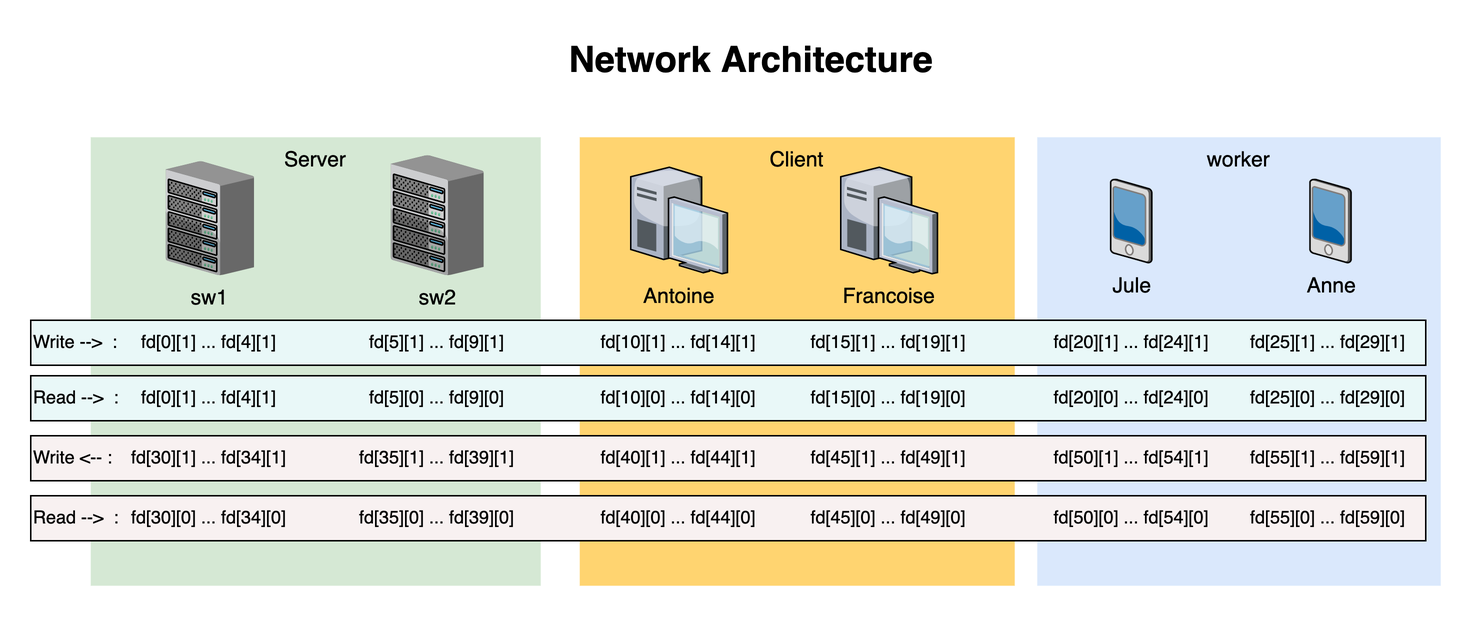
This is tableOfComunication.png from nicolasmtnt/Unix-Process-Undergraduate-Project, a draw.io export, as it was before one commit. Source tidied: cells renumbered, new cells last; positions are measured from the earlier drawing's top-left corner, leaving out a move shared by most shapes.
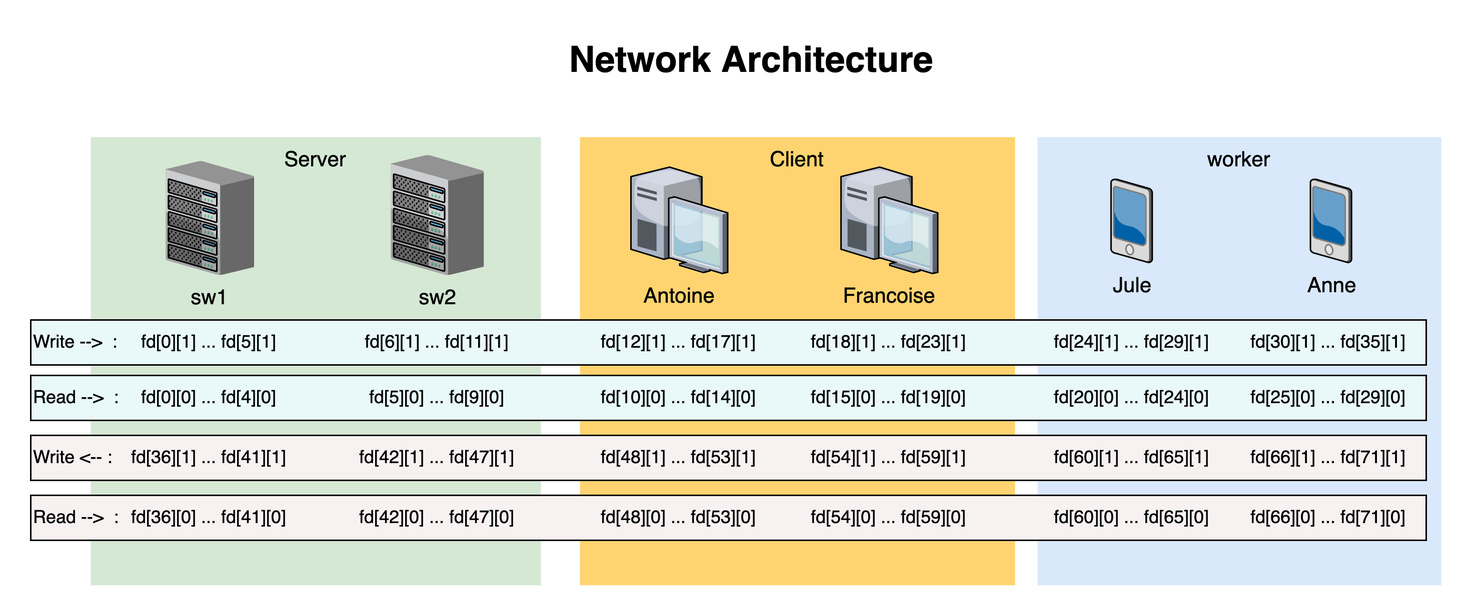
The same diagram one commit later.

Change to the diagram source:
```diff
@@ -35,22 +35,22 @@
     <mxCell id="12" value="Write --&amp;gt;&amp;nbsp; :" style="rounded=0;whiteSpace=wrap;html=1;align=left;fontFamily=Helvetica;fillColor=#E9F8F8;strokeColor=#000000;" parent="1" vertex="1">
       <mxGeometry y="193" width="930" height="30" as="geometry" />
     </mxCell>
-    <mxCell id="13" value="fd[0][1] ... fd[4][1]" style="text;html=1;strokeColor=none;fillColor=none;align=center;verticalAlign=middle;whiteSpace=wrap;rounded=0;fontFamily=Helvetica;" parent="1" vertex="1">
+    <mxCell id="13" value="fd[0][1] ... fd[5][1]" style="text;html=1;strokeColor=none;fillColor=none;align=center;verticalAlign=middle;whiteSpace=wrap;rounded=0;fontFamily=Helvetica;" parent="1" vertex="1">
       <mxGeometry x="64.4" y="193" width="110" height="30" as="geometry" />
     </mxCell>
-    <mxCell id="14" value="fd[5][1] ... fd[9][1]" style="text;html=1;strokeColor=none;fillColor=none;align=center;verticalAlign=middle;whiteSpace=wrap;rounded=0;fontFamily=Helvetica;" parent="1" vertex="1">
+    <mxCell id="14" value="fd[6][1] ... fd[11][1]" style="text;html=1;strokeColor=none;fillColor=none;align=center;verticalAlign=middle;whiteSpace=wrap;rounded=0;fontFamily=Helvetica;" parent="1" vertex="1">
       <mxGeometry x="216" y="193" width="110" height="30" as="geometry" />
     </mxCell>
-    <mxCell id="15" value="fd[10][1] ... fd[14][1]" style="text;html=1;strokeColor=none;fillColor=none;align=center;verticalAlign=middle;whiteSpace=wrap;rounded=0;fontFamily=Helvetica;" parent="1" vertex="1">
+    <mxCell id="15" value="fd[12][1] ... fd[17][1]" style="text;html=1;strokeColor=none;fillColor=none;align=center;verticalAlign=middle;whiteSpace=wrap;rounded=0;fontFamily=Helvetica;" parent="1" vertex="1">
       <mxGeometry x="377.2" y="193" width="110" height="30" as="geometry" />
     </mxCell>
-    <mxCell id="16" value="fd[15][1] ... fd[19][1]" style="text;html=1;strokeColor=none;fillColor=none;align=center;verticalAlign=middle;whiteSpace=wrap;rounded=0;fontFamily=Helvetica;" parent="1" vertex="1">
+    <mxCell id="16" value="fd[18][1] ... fd[23][1]" style="text;html=1;strokeColor=none;fillColor=none;align=center;verticalAlign=middle;whiteSpace=wrap;rounded=0;fontFamily=Helvetica;" parent="1" vertex="1">
       <mxGeometry x="517.2" y="193" width="110" height="30" as="geometry" />
     </mxCell>
-    <mxCell id="17" value="fd[20][1] ... fd[24][1]" style="text;html=1;strokeColor=none;fillColor=none;align=center;verticalAlign=middle;whiteSpace=wrap;rounded=0;fontFamily=Helvetica;" parent="1" vertex="1">
+    <mxCell id="17" value="fd[24][1] ... fd[29][1]" style="text;html=1;strokeColor=none;fillColor=none;align=center;verticalAlign=middle;whiteSpace=wrap;rounded=0;fontFamily=Helvetica;" parent="1" vertex="1">
       <mxGeometry x="678.7" y="193" width="110" height="30" as="geometry" />
     </mxCell>
-    <mxCell id="18" value="fd[25][1] ... fd[29][1]" style="text;html=1;strokeColor=none;fillColor=none;align=center;verticalAlign=middle;whiteSpace=wrap;rounded=0;fontFamily=Helvetica;" parent="1" vertex="1">
+    <mxCell id="18" value="fd[30][1] ... fd[35][1]" style="text;html=1;strokeColor=none;fillColor=none;align=center;verticalAlign=middle;whiteSpace=wrap;rounded=0;fontFamily=Helvetica;" parent="1" vertex="1">
       <mxGeometry x="810" y="193" width="110" height="30" as="geometry" />
     </mxCell>
     <mxCell id="19" value="Read --&amp;gt;&amp;nbsp; :" style="rounded=0;whiteSpace=wrap;html=1;align=left;fontFamily=Helvetica;fillColor=#E9F8F8;strokeColor=#000000;" parent="1" vertex="1">
@@ -59,28 +59,28 @@
     <mxCell id="20" value="Write &amp;lt;-- :" style="rounded=0;whiteSpace=wrap;html=1;align=left;fontFamily=Helvetica;fillColor=#F8F1F1;strokeColor=#000000;" parent="1" vertex="1">
       <mxGeometry y="270" width="930" height="30" as="geometry" />
     </mxCell>
-    <mxCell id="21" value="fd[30][1] ... fd[34][1]" style="text;html=1;strokeColor=none;fillColor=none;align=center;verticalAlign=middle;whiteSpace=wrap;rounded=0;fontFamily=Helvetica;" parent="1" vertex="1">
+    <mxCell id="21" value="fd[36][1] ... fd[41][1]" style="text;html=1;strokeColor=none;fillColor=none;align=center;verticalAlign=middle;whiteSpace=wrap;rounded=0;fontFamily=Helvetica;" parent="1" vertex="1">
       <mxGeometry x="64.4" y="270" width="110" height="30" as="geometry" />
     </mxCell>
-    <mxCell id="22" value="fd[35][1] ... fd[39][1]" style="text;html=1;strokeColor=none;fillColor=none;align=center;verticalAlign=middle;whiteSpace=wrap;rounded=0;fontFamily=Helvetica;" parent="1" vertex="1">
+    <mxCell id="22" value="fd[42][1] ... fd[47][1]" style="text;html=1;strokeColor=none;fillColor=none;align=center;verticalAlign=middle;whiteSpace=wrap;rounded=0;fontFamily=Helvetica;" parent="1" vertex="1">
       <mxGeometry x="216" y="270" width="110" height="30" as="geometry" />
     </mxCell>
-    <mxCell id="23" value="fd[40][1] ... fd[44][1]" style="text;html=1;strokeColor=none;fillColor=none;align=center;verticalAlign=middle;whiteSpace=wrap;rounded=0;fontFamily=Helvetica;" parent="1" vertex="1">
+    <mxCell id="23" value="fd[48][1] ... fd[53][1]" style="text;html=1;strokeColor=none;fillColor=none;align=center;verticalAlign=middle;whiteSpace=wrap;rounded=0;fontFamily=Helvetica;" parent="1" vertex="1">
       <mxGeometry x="377.2" y="270" width="110" height="30" as="geometry" />
     </mxCell>
-    <mxCell id="24" value="fd[45][1] ... fd[49][1]" style="text;html=1;strokeColor=none;fillColor=none;align=center;verticalAlign=middle;whiteSpace=wrap;rounded=0;fontFamily=Helvetica;" parent="1" vertex="1">
+    <mxCell id="24" value="fd[54][1] ... fd[59][1]" style="text;html=1;strokeColor=none;fillColor=none;align=center;verticalAlign=middle;whiteSpace=wrap;rounded=0;fontFamily=Helvetica;" parent="1" vertex="1">
       <mxGeometry x="517.2" y="270" width="110" height="30" as="geometry" />
     </mxCell>
-    <mxCell id="25" value="fd[50][1] ... fd[54][1]" style="text;html=1;strokeColor=none;fillColor=none;align=center;verticalAlign=middle;whiteSpace=wrap;rounded=0;fontFamily=Helvetica;" parent="1" vertex="1">
+    <mxCell id="25" value="fd[60][1] ... fd[65][1]" style="text;html=1;strokeColor=none;fillColor=none;align=center;verticalAlign=middle;whiteSpace=wrap;rounded=0;fontFamily=Helvetica;" parent="1" vertex="1">
       <mxGeometry x="678.7" y="270" width="110" height="30" as="geometry" />
     </mxCell>
-    <mxCell id="26" value="fd[55][1] ... fd[59][1]" style="text;html=1;strokeColor=none;fillColor=none;align=center;verticalAlign=middle;whiteSpace=wrap;rounded=0;fontFamily=Helvetica;" parent="1" vertex="1">
+    <mxCell id="26" value="fd[66][1] ... fd[71][1]" style="text;html=1;strokeColor=none;fillColor=none;align=center;verticalAlign=middle;whiteSpace=wrap;rounded=0;fontFamily=Helvetica;" parent="1" vertex="1">
       <mxGeometry x="810" y="270" width="110" height="30" as="geometry" />
     </mxCell>
     <mxCell id="27" value="Read --&amp;gt;&amp;nbsp; :" style="rounded=0;whiteSpace=wrap;html=1;align=left;fontFamily=Helvetica;fillColor=#F8F1F1;strokeColor=#000000;" parent="1" vertex="1">
       <mxGeometry y="310" width="930" height="30" as="geometry" />
     </mxCell>
-    <mxCell id="28" value="fd[0][1] ... fd[4][1]" style="text;html=1;strokeColor=none;fillColor=none;align=center;verticalAlign=middle;whiteSpace=wrap;rounded=0;fontFamily=Helvetica;" parent="1" vertex="1">
+    <mxCell id="28" value="fd[0][0] ... fd[4][0]" style="text;html=1;strokeColor=none;fillColor=none;align=center;verticalAlign=middle;whiteSpace=wrap;rounded=0;fontFamily=Helvetica;" parent="1" vertex="1">
       <mxGeometry x="64.4" y="230" width="110" height="30" as="geometry" />
     </mxCell>
     <mxCell id="29" value="fd[5][0] ... fd[9][0]" style="text;html=1;strokeColor=none;fillColor=none;align=center;verticalAlign=middle;whiteSpace=wrap;rounded=0;fontFamily=Helvetica;" parent="1" vertex="1">
@@ -98,22 +98,22 @@
     <mxCell id="33" value="fd[25][0] ... fd[29][0]" style="text;html=1;strokeColor=none;fillColor=none;align=center;verticalAlign=middle;whiteSpace=wrap;rounded=0;fontFamily=Helvetica;" parent="1" vertex="1">
       <mxGeometry x="810" y="230" width="110" height="30" as="geometry" />
     </mxCell>
-    <mxCell id="34" value="fd[30][0] ... fd[34][0]" style="text;html=1;strokeColor=none;fillColor=none;align=center;verticalAlign=middle;whiteSpace=wrap;rounded=0;fontFamily=Helvetica;" parent="1" vertex="1">
+    <mxCell id="34" value="fd[36][0] ... fd[41][0]" style="text;html=1;strokeColor=none;fillColor=none;align=center;verticalAlign=middle;whiteSpace=wrap;rounded=0;fontFamily=Helvetica;" parent="1" vertex="1">
       <mxGeometry x="64.4" y="310" width="110" height="30" as="geometry" />
     </mxCell>
-    <mxCell id="35" value="fd[35][0] ... fd[39][0]" style="text;html=1;strokeColor=none;fillColor=none;align=center;verticalAlign=middle;whiteSpace=wrap;rounded=0;fontFamily=Helvetica;" parent="1" vertex="1">
+    <mxCell id="35" value="fd[42][0] ... fd[47][0]" style="text;html=1;strokeColor=none;fillColor=none;align=center;verticalAlign=middle;whiteSpace=wrap;rounded=0;fontFamily=Helvetica;" parent="1" vertex="1">
       <mxGeometry x="216" y="310" width="110" height="30" as="geometry" />
     </mxCell>
-    <mxCell id="36" value="fd[40][0] ... fd[44][0]" style="text;html=1;strokeColor=none;fillColor=none;align=center;verticalAlign=middle;whiteSpace=wrap;rounded=0;fontFamily=Helvetica;" parent="1" vertex="1">
+    <mxCell id="36" value="fd[48][0] ... fd[53][0]" style="text;html=1;strokeColor=none;fillColor=none;align=center;verticalAlign=middle;whiteSpace=wrap;rounded=0;fontFamily=Helvetica;" parent="1" vertex="1">
       <mxGeometry x="377.2" y="310" width="110" height="30" as="geometry" />
     </mxCell>
-    <mxCell id="37" value="fd[45][0] ... fd[49][0]" style="text;html=1;strokeColor=none;fillColor=none;align=center;verticalAlign=middle;whiteSpace=wrap;rounded=0;fontFamily=Helvetica;" parent="1" vertex="1">
+    <mxCell id="37" value="fd[54][0] ... fd[59][0]" style="text;html=1;strokeColor=none;fillColor=none;align=center;verticalAlign=middle;whiteSpace=wrap;rounded=0;fontFamily=Helvetica;" parent="1" vertex="1">
       <mxGeometry x="517.2" y="310" width="110" height="30" as="geometry" />
     </mxCell>
-    <mxCell id="38" value="fd[50][0] ... fd[54][0]" style="text;html=1;strokeColor=none;fillColor=none;align=center;verticalAlign=middle;whiteSpace=wrap;rounded=0;fontFamily=Helvetica;" parent="1" vertex="1">
+    <mxCell id="38" value="fd[60][0] ... fd[65][0]" style="text;html=1;strokeColor=none;fillColor=none;align=center;verticalAlign=middle;whiteSpace=wrap;rounded=0;fontFamily=Helvetica;" parent="1" vertex="1">
       <mxGeometry x="678.7" y="310" width="110" height="30" as="geometry" />
     </mxCell>
-    <mxCell id="39" value="fd[55][0] ... fd[59][0]" style="text;html=1;strokeColor=none;fillColor=none;align=center;verticalAlign=middle;whiteSpace=wrap;rounded=0;fontFamily=Helvetica;" parent="1" vertex="1">
+    <mxCell id="39" value="fd[66][0] ... fd[71][0]" style="text;html=1;strokeColor=none;fillColor=none;align=center;verticalAlign=middle;whiteSpace=wrap;rounded=0;fontFamily=Helvetica;" parent="1" vertex="1">
       <mxGeometry x="810" y="310" width="110" height="30" as="geometry" />
     </mxCell>
   </root>
```
